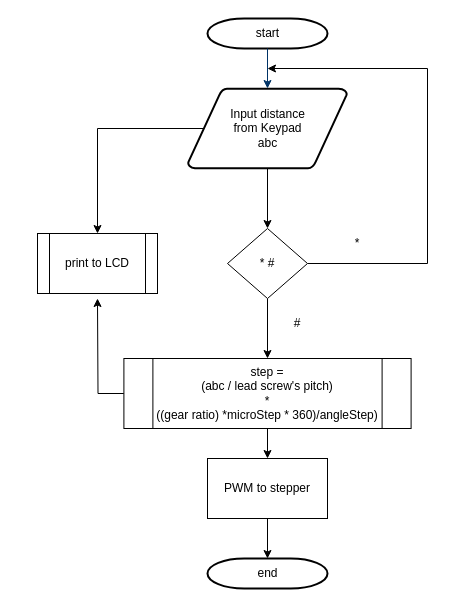
Earlier version of the draw.io diagram Untitled Diagram.drawio (justSiro/justSiro). Source tidied: cells renumbered, new cells numbered last; positions are measured from the earlier drawing's top-left corner, leaving out a move shared by most shapes. Both pictures are drawn from the tidied source at 100%, with x=0, y=0 at pixel (37, 18).
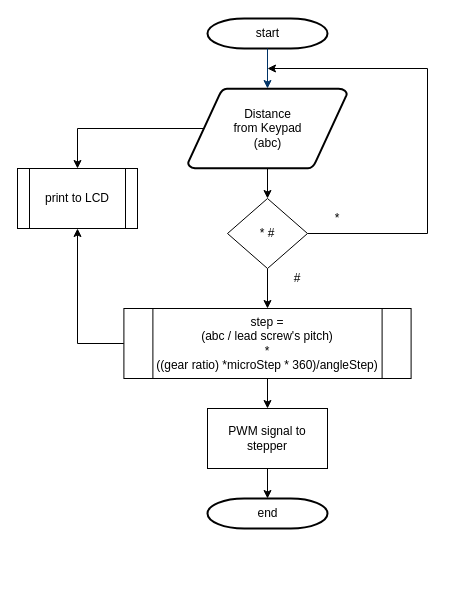
After the change.

Diff of the diagram source:
```diff
@@
-    <mxCell id="5" value="Input distance&lt;br&gt;from Keypad&lt;br&gt;abc" style="shape=mxgraph.flowchart.data;strokeWidth=2;gradientColor=none;gradientDirection=north;fontStyle=0;html=1;" parent="1" vertex="1">
+    <mxCell id="5" value="Distance&lt;br&gt;from Keypad&lt;br&gt;(abc)" style="shape=mxgraph.flowchart.data;strokeWidth=2;gradientColor=none;gradientDirection=north;fontStyle=0;html=1;" parent="1" vertex="1">
       <mxGeometry x="150.5" y="70" width="159" height="80" as="geometry" />
     </mxCell>
@@
     <mxCell id="7" style="edgeStyle=orthogonalEdgeStyle;rounded=0;jettySize=auto;html=1;exitX=1;exitY=0.5;exitDx=0;exitDy=0;" parent="1" edge="1" source="9">
       <mxGeometry relative="1" as="geometry">
         <mxPoint x="230" y="50" as="targetPoint" />
         <Array as="points">
-          <mxPoint x="390" y="245" />
+          <mxPoint x="390" y="215" />
           <mxPoint x="390" y="50" />
         </Array>
       </mxGeometry>
     </mxCell>
@@
     <mxCell id="9" value="* #" style="rhombus;whiteSpace=wrap;html=1;" parent="1" vertex="1">
-      <mxGeometry x="190" y="210" width="80" height="70" as="geometry" />
+      <mxGeometry x="190" y="180" width="80" height="70" as="geometry" />
     </mxCell>
     <mxCell id="10" value="*" style="text;html=1;strokeColor=none;fillColor=none;align=center;verticalAlign=middle;whiteSpace=wrap;rounded=0;" parent="1" vertex="1">
-      <mxGeometry x="290" y="210" width="60" height="30" as="geometry" />
+      <mxGeometry x="270" y="185" width="60" height="30" as="geometry" />
     </mxCell>
     <mxCell id="11" value="print to LCD" style="shape=process;whiteSpace=wrap;html=1;backgroundOutline=1;" parent="1" vertex="1">
-      <mxGeometry y="215" width="120" height="60" as="geometry" />
+      <mxGeometry x="-20" y="150" width="120" height="60" as="geometry" />
     </mxCell>
-    <mxCell id="12" style="edgeStyle=orthogonalEdgeStyle;rounded=0;jettySize=auto;html=1;" parent="1" edge="1" source="14">
+    <mxCell id="12" style="edgeStyle=orthogonalEdgeStyle;rounded=0;jettySize=auto;html=1;entryX=0.5;entryY=1;entryDx=0;entryDy=0;" parent="1" edge="1" source="14" target="11">
       <mxGeometry relative="1" as="geometry">
-        <mxPoint x="60" y="280" as="targetPoint" />
+        <Array as="points">
+          <mxPoint x="40" y="325" />
+        </Array>
       </mxGeometry>
     </mxCell>
@@
     <mxCell id="14" value="step =&lt;br&gt;(abc / lead screw's pitch)&lt;br&gt;*&lt;br&gt;((gear ratio) *microStep * 360)/angleStep)" style="shape=process;whiteSpace=wrap;html=1;backgroundOutline=1;" parent="1" vertex="1">
-      <mxGeometry x="86.4" y="340" width="287.2" height="70" as="geometry" />
+      <mxGeometry x="86.4" y="290" width="287.2" height="70" as="geometry" />
     </mxCell>
     <mxCell id="15" value="#" style="text;html=1;strokeColor=none;fillColor=none;align=center;verticalAlign=middle;whiteSpace=wrap;rounded=0;" parent="1" vertex="1">
-      <mxGeometry x="230" y="290" width="60" height="30" as="geometry" />
+      <mxGeometry x="230" y="245" width="60" height="30" as="geometry" />
     </mxCell>
-    <mxCell id="16" value="end" style="shape=mxgraph.flowchart.terminator;strokeWidth=2;gradientColor=none;gradientDirection=north;fontStyle=0;html=1;" parent="1" vertex="1">
-      <mxGeometry x="170" y="540" width="120" height="30" as="geometry" />
-    </mxCell>
-    <mxCell id="17" style="edgeStyle=orthogonalEdgeStyle;rounded=0;jettySize=auto;html=1;entryX=0.5;entryY=0;entryDx=0;entryDy=0;entryPerimeter=0;" parent="1" edge="1" source="18" target="16">
+    <mxCell id="17" style="edgeStyle=orthogonalEdgeStyle;rounded=0;jettySize=auto;html=1;" parent="1" edge="1" source="18" target="16">
       <mxGeometry relative="1" as="geometry" />
     </mxCell>
-    <mxCell id="18" value="PWM to stepper" style="whiteSpace=wrap;html=1;" parent="1" vertex="1">
-      <mxGeometry x="170" y="440" width="120" height="60" as="geometry" />
+    <mxCell id="18" value="PWM signal to stepper" style="whiteSpace=wrap;html=1;" parent="1" vertex="1">
+      <mxGeometry x="170" y="390" width="120" height="60" as="geometry" />
     </mxCell>
+    <mxCell id="16" value="end" style="shape=mxgraph.flowchart.terminator;strokeWidth=2;gradientColor=none;gradientDirection=north;fontStyle=0;html=1;" parent="1" vertex="1">
+      <mxGeometry x="170" y="480" width="120" height="30" as="geometry" />
+    </mxCell>
```
